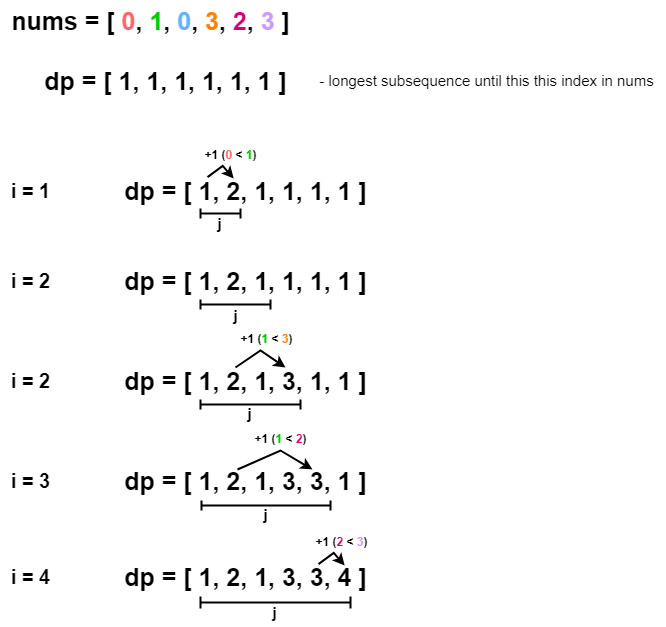
ashiven/leetcode-solutions keeps this draw.io diagram as Python3/img/LongestIncreasingSubsequence.png. Above is the earlier version. Source tidied: cells renumbered, new cells last; positions are measured from the earlier drawing's top-left corner, leaving out a move shared by most shapes. Its diagram source:
```xml
<mxGraphModel background="#ffffff">
  <root>
    <mxCell id="0" />
    <mxCell id="1" parent="0" />
    <mxCell id="2" value="nums = [ &lt;font color=&quot;#ff6666&quot;&gt;0&lt;/font&gt;, &lt;font color=&quot;#00cc00&quot;&gt;1&lt;/font&gt;, &lt;font color=&quot;#66b2ff&quot;&gt;0&lt;/font&gt;, &lt;font color=&quot;#ff8000&quot;&gt;3&lt;/font&gt;, &lt;font color=&quot;#d80073&quot;&gt;2&lt;/font&gt;, &lt;font color=&quot;#cc99ff&quot;&gt;3&lt;/font&gt; ]" style="text;html=1;align=center;verticalAlign=middle;strokeColor=none;fillColor=none;fontSize=25;fontStyle=1;" parent="1" vertex="1">
      <mxGeometry width="300" height="40" as="geometry" />
    </mxCell>
    <mxCell id="3" value="dp = [ 1, 1, 1, 1, 1, 1 ]" style="text;html=1;align=center;verticalAlign=middle;strokeColor=none;fillColor=none;fontSize=25;fontStyle=1;" parent="1" vertex="1">
      <mxGeometry x="30" y="60" width="270" height="40" as="geometry" />
    </mxCell>
    <mxCell id="4" value="&lt;font style=&quot;font-size: 15px;&quot;&gt;- longest subsequence until this this index in nums&lt;/font&gt;" style="text;html=1;align=center;verticalAlign=middle;strokeColor=none;fillColor=none;" parent="1" vertex="1">
      <mxGeometry x="306" y="65" width="360" height="30" as="geometry" />
    </mxCell>
    <mxCell id="5" value="i = 1" style="text;html=1;align=center;verticalAlign=middle;strokeColor=none;fillColor=none;fontSize=20;fontStyle=1;" parent="1" vertex="1">
      <mxGeometry y="170" width="60" height="40" as="geometry" />
    </mxCell>
    <mxCell id="6" value="dp = [ 1, 2, 1, 1, 1, 1 ]" style="text;html=1;align=center;verticalAlign=middle;strokeColor=none;fillColor=none;fontSize=25;fontStyle=1;" parent="1" vertex="1">
      <mxGeometry x="110" y="170" width="270" height="40" as="geometry" />
    </mxCell>
    <mxCell id="7" style="endArrow=classic;html=1;rounded=0;entryX=0.448;entryY=0.065;entryDx=0;entryDy=0;entryPerimeter=0;exitX=0.351;exitY=0.03;exitDx=0;exitDy=0;exitPerimeter=0;strokeWidth=2;" parent="1" edge="1">
      <mxGeometry relative="1" as="geometry">
        <mxPoint x="207" y="176.6" as="sourcePoint" />
        <mxPoint x="233.2" y="178" as="targetPoint" />
        <Array as="points">
          <mxPoint x="222.2" y="165.4" />
        </Array>
      </mxGeometry>
    </mxCell>
    <mxCell id="8" value="+1 (&lt;font color=&quot;#ff6666&quot;&gt;0&lt;/font&gt; &amp;lt;&amp;nbsp;&lt;font color=&quot;#00cc00&quot;&gt;1&lt;/font&gt;)" style="text;html=1;align=center;verticalAlign=middle;strokeColor=none;fillColor=none;fontStyle=1;" parent="1" vertex="1">
      <mxGeometry x="190" y="140" width="80" height="30" as="geometry" />
    </mxCell>
    <mxCell id="9" value="i = 2" style="text;html=1;align=center;verticalAlign=middle;strokeColor=none;fillColor=none;fontSize=20;fontStyle=1;" parent="1" vertex="1">
      <mxGeometry y="260" width="60" height="40" as="geometry" />
    </mxCell>
    <mxCell id="10" value="dp = [ 1, 2, 1, 1, 1, 1 ]" style="text;html=1;align=center;verticalAlign=middle;strokeColor=none;fillColor=none;fontSize=25;fontStyle=1;" parent="1" vertex="1">
      <mxGeometry x="110" y="260" width="270" height="40" as="geometry" />
    </mxCell>
    <mxCell id="11" value="+1 (&lt;font color=&quot;#00cc00&quot;&gt;1 &lt;/font&gt;&amp;lt;&lt;font color=&quot;#00cc00&quot;&gt; &lt;/font&gt;&lt;font color=&quot;#ff8000&quot;&gt;3&lt;/font&gt;)" style="text;html=1;align=center;verticalAlign=middle;strokeColor=none;fillColor=none;fontStyle=1;fontSize=12;" parent="1" vertex="1">
      <mxGeometry x="226" y="324" width="80" height="30" as="geometry" />
    </mxCell>
    <mxCell id="12" value="i = 2" style="text;html=1;align=center;verticalAlign=middle;strokeColor=none;fillColor=none;fontSize=20;fontStyle=1;" parent="1" vertex="1">
      <mxGeometry y="360" width="60" height="40" as="geometry" />
    </mxCell>
    <mxCell id="13" value="dp = [ 1, 2, 1, 3, 1, 1 ]" style="text;html=1;align=center;verticalAlign=middle;strokeColor=none;fillColor=none;fontSize=25;fontStyle=1;" parent="1" vertex="1">
      <mxGeometry x="110" y="360" width="270" height="40" as="geometry" />
    </mxCell>
    <mxCell id="14" style="endArrow=classic;html=1;rounded=0;strokeWidth=2;exitX=0.477;exitY=0.042;exitDx=0;exitDy=0;exitPerimeter=0;" parent="1" edge="1">
      <mxGeometry relative="1" as="geometry">
        <mxPoint x="235" y="367" as="sourcePoint" />
        <mxPoint x="285" y="367" as="targetPoint" />
        <Array as="points">
          <mxPoint x="260" y="350" />
        </Array>
      </mxGeometry>
    </mxCell>
    <mxCell id="15" value="+1 (&lt;font color=&quot;#00cc00&quot;&gt;1 &lt;/font&gt;&amp;lt;&lt;font color=&quot;#00cc00&quot;&gt; &lt;/font&gt;&lt;font color=&quot;#d80073&quot;&gt;2&lt;/font&gt;)" style="text;html=1;align=center;verticalAlign=middle;strokeColor=none;fillColor=none;fontStyle=1;fontSize=12;" parent="1" vertex="1">
      <mxGeometry x="240" y="424" width="80" height="30" as="geometry" />
    </mxCell>
    <mxCell id="16" value="i = 3" style="text;html=1;align=center;verticalAlign=middle;strokeColor=none;fillColor=none;fontSize=20;fontStyle=1;" parent="1" vertex="1">
      <mxGeometry y="460" width="60" height="40" as="geometry" />
    </mxCell>
    <mxCell id="17" value="dp = [ 1, 2, 1, 3, 3, 1 ]" style="text;html=1;align=center;verticalAlign=middle;strokeColor=none;fillColor=none;fontSize=25;fontStyle=1;" parent="1" vertex="1">
      <mxGeometry x="110" y="460" width="270" height="40" as="geometry" />
    </mxCell>
    <mxCell id="18" style="endArrow=classic;html=1;rounded=0;strokeWidth=2;exitX=0.477;exitY=0.042;exitDx=0;exitDy=0;exitPerimeter=0;" parent="1" edge="1">
      <mxGeometry relative="1" as="geometry">
        <mxPoint x="237" y="469" as="sourcePoint" />
        <mxPoint x="312" y="469" as="targetPoint" />
        <Array as="points">
          <mxPoint x="280" y="450" />
        </Array>
      </mxGeometry>
    </mxCell>
    <mxCell id="19" value="i = 4" style="text;html=1;align=center;verticalAlign=middle;strokeColor=none;fillColor=none;fontSize=20;fontStyle=1;" parent="1" vertex="1">
      <mxGeometry y="556" width="60" height="40" as="geometry" />
    </mxCell>
    <mxCell id="20" value="dp = [ 1, 2, 1, 3, 3, 4 ]" style="text;html=1;align=center;verticalAlign=middle;strokeColor=none;fillColor=none;fontSize=25;fontStyle=1;" parent="1" vertex="1">
      <mxGeometry x="110" y="556" width="270" height="40" as="geometry" />
    </mxCell>
    <mxCell id="21" style="endArrow=classic;html=1;rounded=0;entryX=0.448;entryY=0.065;entryDx=0;entryDy=0;entryPerimeter=0;exitX=0.351;exitY=0.03;exitDx=0;exitDy=0;exitPerimeter=0;strokeWidth=2;" parent="1" edge="1">
      <mxGeometry relative="1" as="geometry">
        <mxPoint x="318" y="563.6" as="sourcePoint" />
        <mxPoint x="344.2" y="565" as="targetPoint" />
        <Array as="points">
          <mxPoint x="333.2" y="552.4" />
        </Array>
      </mxGeometry>
    </mxCell>
    <mxCell id="22" value="+1 (&lt;font color=&quot;#d80073&quot;&gt;2&lt;/font&gt;&amp;nbsp;&amp;lt;&amp;nbsp;&lt;font color=&quot;#cc99ff&quot;&gt;3&lt;/font&gt;)" style="text;html=1;align=center;verticalAlign=middle;strokeColor=none;fillColor=none;fontStyle=1;" parent="1" vertex="1">
      <mxGeometry x="301" y="527" width="80" height="30" as="geometry" />
    </mxCell>
    <mxCell id="23" style="shape=crossbar;whiteSpace=wrap;html=1;rounded=1;strokeWidth=2;" parent="1" vertex="1">
      <mxGeometry x="200" y="208" width="40" height="10" as="geometry" />
    </mxCell>
    <mxCell id="24" style="shape=crossbar;whiteSpace=wrap;html=1;rounded=1;strokeWidth=2;" parent="1" vertex="1">
      <mxGeometry x="200" y="299" width="70" height="10" as="geometry" />
    </mxCell>
    <mxCell id="25" style="shape=crossbar;whiteSpace=wrap;html=1;rounded=1;strokeWidth=2;" parent="1" vertex="1">
      <mxGeometry x="200" y="399" width="100" height="10" as="geometry" />
    </mxCell>
    <mxCell id="26" style="shape=crossbar;whiteSpace=wrap;html=1;rounded=1;strokeWidth=2;" parent="1" vertex="1">
      <mxGeometry x="201" y="500" width="129" height="10" as="geometry" />
    </mxCell>
    <mxCell id="27" style="shape=crossbar;whiteSpace=wrap;html=1;rounded=1;strokeWidth=2;" parent="1" vertex="1">
      <mxGeometry x="200" y="596" width="150" height="12" as="geometry" />
    </mxCell>
    <mxCell id="28" value="&lt;font style=&quot;font-size: 15px;&quot;&gt;&lt;b&gt;j&lt;/b&gt;&lt;/font&gt;" style="text;html=1;align=center;verticalAlign=middle;strokeColor=none;fillColor=none;" parent="1" vertex="1">
      <mxGeometry x="204" y="208" width="30" height="30" as="geometry" />
    </mxCell>
    <mxCell id="29" value="&lt;font style=&quot;font-size: 15px;&quot;&gt;&lt;b&gt;j&lt;/b&gt;&lt;/font&gt;" style="text;html=1;align=center;verticalAlign=middle;strokeColor=none;fillColor=none;" parent="1" vertex="1">
      <mxGeometry x="220" y="300" width="30" height="30" as="geometry" />
    </mxCell>
    <mxCell id="30" value="&lt;font style=&quot;font-size: 15px;&quot;&gt;&lt;b&gt;j&lt;/b&gt;&lt;/font&gt;" style="text;html=1;align=center;verticalAlign=middle;strokeColor=none;fillColor=none;" parent="1" vertex="1">
      <mxGeometry x="234" y="398" width="30" height="30" as="geometry" />
    </mxCell>
    <mxCell id="31" value="&lt;font style=&quot;font-size: 15px;&quot;&gt;&lt;b&gt;j&lt;/b&gt;&lt;/font&gt;" style="text;html=1;align=center;verticalAlign=middle;strokeColor=none;fillColor=none;" parent="1" vertex="1">
      <mxGeometry x="250" y="499" width="30" height="30" as="geometry" />
    </mxCell>
    <mxCell id="32" value="&lt;font style=&quot;font-size: 15px;&quot;&gt;&lt;b&gt;j&lt;/b&gt;&lt;/font&gt;" style="text;html=1;align=center;verticalAlign=middle;strokeColor=none;fillColor=none;" parent="1" vertex="1">
      <mxGeometry x="259" y="597" width="30" height="30" as="geometry" />
    </mxCell>
  </root>
</mxGraphModel>
```
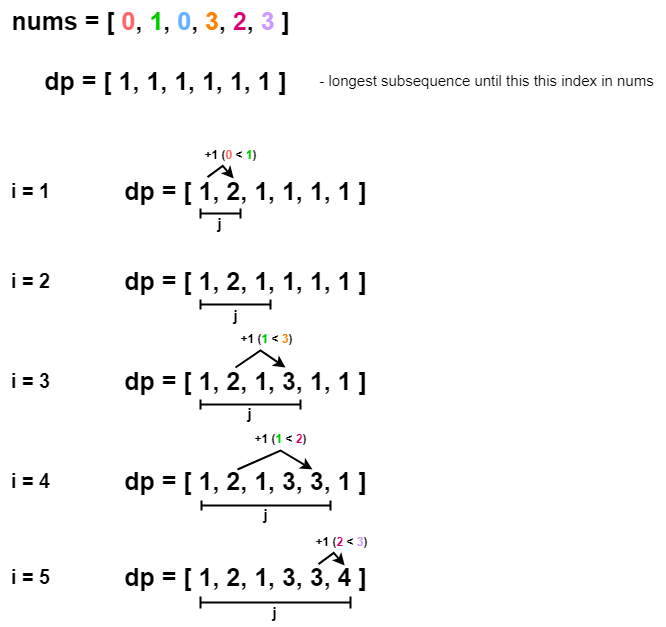
The same diagram one commit later.

What changed in the source:
```diff
@@ -38,7 +38,7 @@
     <mxCell id="11" value="+1 (&lt;font color=&quot;#00cc00&quot;&gt;1 &lt;/font&gt;&amp;lt;&lt;font color=&quot;#00cc00&quot;&gt; &lt;/font&gt;&lt;font color=&quot;#ff8000&quot;&gt;3&lt;/font&gt;)" style="text;html=1;align=center;verticalAlign=middle;strokeColor=none;fillColor=none;fontStyle=1;fontSize=12;" parent="1" vertex="1">
       <mxGeometry x="226" y="324" width="80" height="30" as="geometry" />
     </mxCell>
-    <mxCell id="12" value="i = 2" style="text;html=1;align=center;verticalAlign=middle;strokeColor=none;fillColor=none;fontSize=20;fontStyle=1;" parent="1" vertex="1">
+    <mxCell id="12" value="i = 3" style="text;html=1;align=center;verticalAlign=middle;strokeColor=none;fillColor=none;fontSize=20;fontStyle=1;" parent="1" vertex="1">
       <mxGeometry y="360" width="60" height="40" as="geometry" />
     </mxCell>
     <mxCell id="13" value="dp = [ 1, 2, 1, 3, 1, 1 ]" style="text;html=1;align=center;verticalAlign=middle;strokeColor=none;fillColor=none;fontSize=25;fontStyle=1;" parent="1" vertex="1">
@@ -56,7 +56,7 @@
     <mxCell id="15" value="+1 (&lt;font color=&quot;#00cc00&quot;&gt;1 &lt;/font&gt;&amp;lt;&lt;font color=&quot;#00cc00&quot;&gt; &lt;/font&gt;&lt;font color=&quot;#d80073&quot;&gt;2&lt;/font&gt;)" style="text;html=1;align=center;verticalAlign=middle;strokeColor=none;fillColor=none;fontStyle=1;fontSize=12;" parent="1" vertex="1">
       <mxGeometry x="240" y="424" width="80" height="30" as="geometry" />
     </mxCell>
-    <mxCell id="16" value="i = 3" style="text;html=1;align=center;verticalAlign=middle;strokeColor=none;fillColor=none;fontSize=20;fontStyle=1;" parent="1" vertex="1">
+    <mxCell id="16" value="i = 4" style="text;html=1;align=center;verticalAlign=middle;strokeColor=none;fillColor=none;fontSize=20;fontStyle=1;" parent="1" vertex="1">
       <mxGeometry y="460" width="60" height="40" as="geometry" />
     </mxCell>
     <mxCell id="17" value="dp = [ 1, 2, 1, 3, 3, 1 ]" style="text;html=1;align=center;verticalAlign=middle;strokeColor=none;fillColor=none;fontSize=25;fontStyle=1;" parent="1" vertex="1">
@@ -71,7 +71,7 @@
         </Array>
       </mxGeometry>
     </mxCell>
-    <mxCell id="19" value="i = 4" style="text;html=1;align=center;verticalAlign=middle;strokeColor=none;fillColor=none;fontSize=20;fontStyle=1;" parent="1" vertex="1">
+    <mxCell id="19" value="i = 5" style="text;html=1;align=center;verticalAlign=middle;strokeColor=none;fillColor=none;fontSize=20;fontStyle=1;" parent="1" vertex="1">
       <mxGeometry y="556" width="60" height="40" as="geometry" />
     </mxCell>
     <mxCell id="20" value="dp = [ 1, 2, 1, 3, 3, 4 ]" style="text;html=1;align=center;verticalAlign=middle;strokeColor=none;fillColor=none;fontSize=25;fontStyle=1;" parent="1" vertex="1">
```
